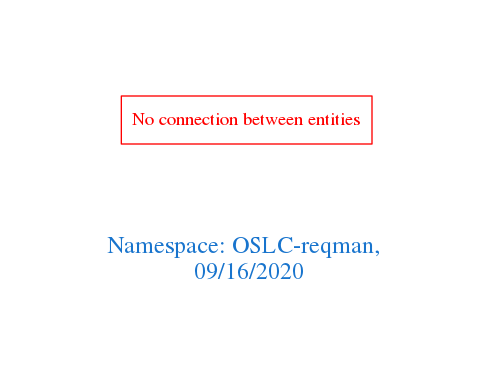
Above: downloads/OSLC-reqman.png in arago/OGIT (Graphviz), before the change. Its source is kept beside it as downloads/OSLC-reqman.dot.
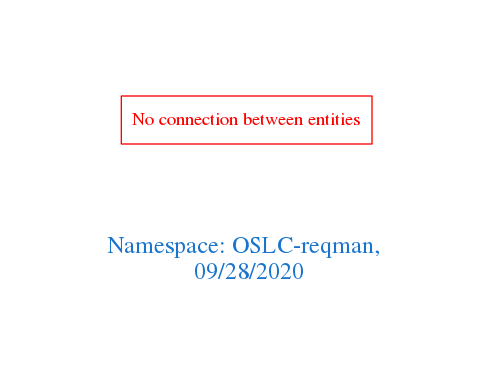
Above is the later version.

The edit, as a diff of the source:
```diff
@@ -1,7 +1,7 @@
 digraph OGIT_ontology {
  graph [ rankdir= LR,pad=1
 fontsize = 18,
-fontcolor= dodgerblue3,label = "\n\n\nNamespace: OSLC-reqman, \n 09/16/2020"];
+fontcolor= dodgerblue3,label = "\n\n\nNamespace: OSLC-reqman, \n 09/28/2020"];
 node[shape=polygon];
 edge [  color="gray81"];
 
```
